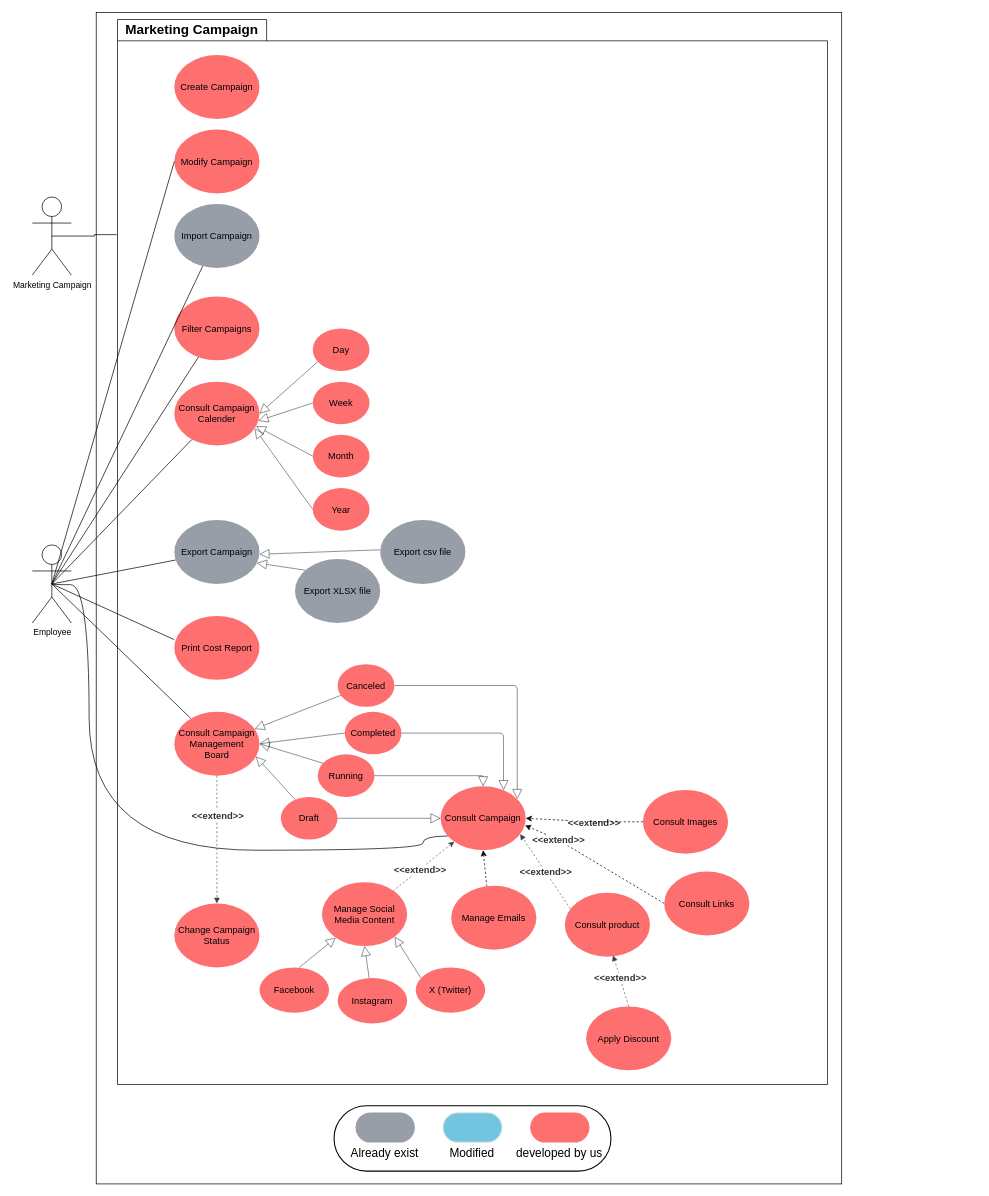
Before: Untitled Diagram.drawio in oarouay/CV, a draw.io diagram. Source tidied: cells renumbered, new cells numbered last; positions are measured from the earlier drawing's top-left corner, leaving out a move shared by most shapes. Both pictures are drawn from the tidied source at 71%, with x=0, y=0 at pixel (32, 12). Pictures stored in the file or linked from it are replaced by grey dashed boxes.
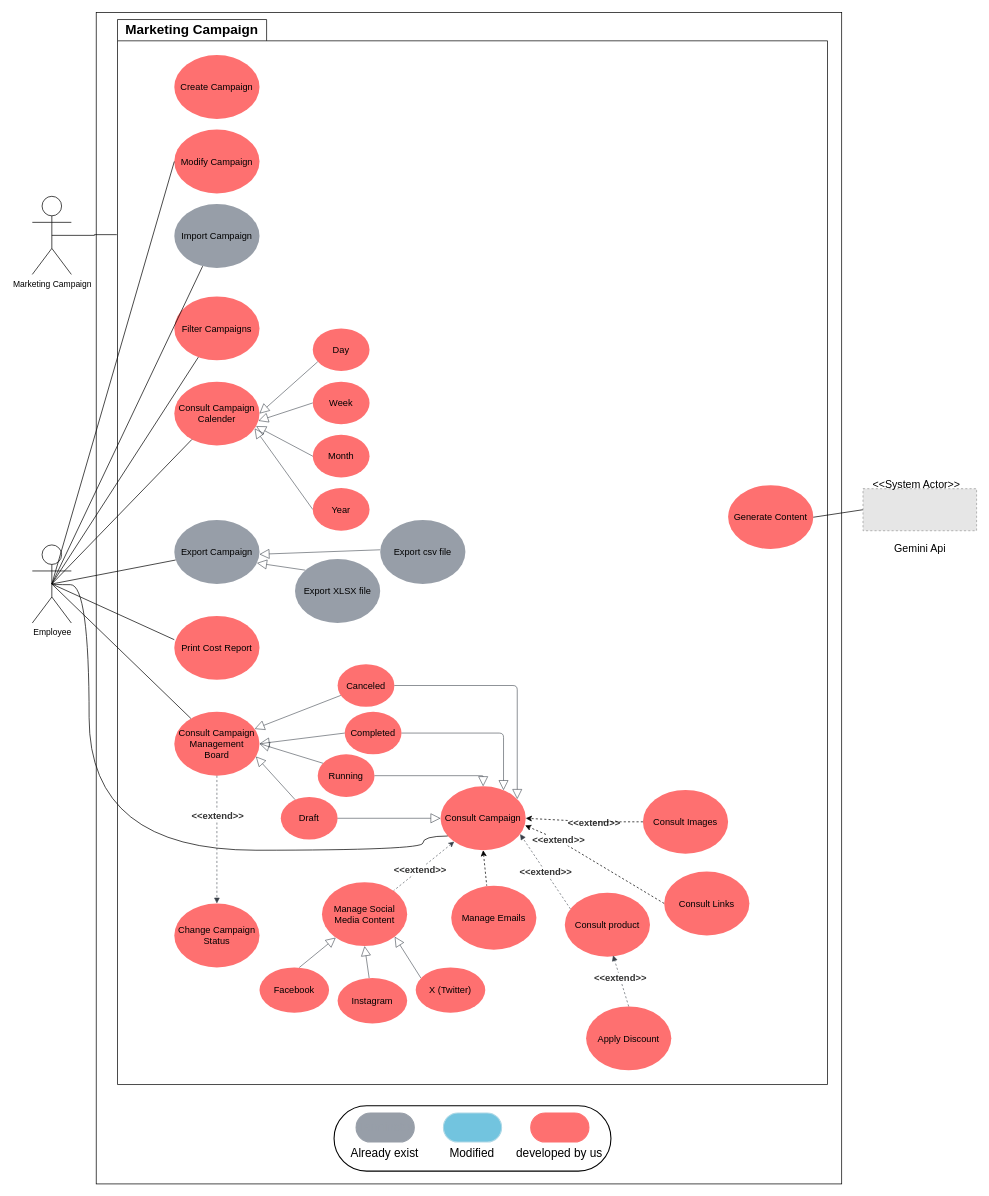
Above is the later version.

Change to the diagram source:
```diff
@@
     <mxCell id="45" value="Marketing Campaign" style="shape=umlActor;verticalLabelPosition=bottom;verticalAlign=top;html=1;outlineConnect=0;" parent="1" vertex="1">
-      <mxGeometry y="260" width="55" height="110" as="geometry" />
+      <mxGeometry y="259" width="55" height="110" as="geometry" />
     </mxCell>
@@
+    <mxCell id="84" value="Generate Content" style="html=1;overflow=block;blockSpacing=1;whiteSpace=wrap;ellipse;fontSize=13;spacing=3.8;strokeOpacity=0;fillOpacity=100;rounded=1;absoluteArcSize=1;arcSize=9;fillColor=#fe7070;strokeWidth=1.5;lucidId=~xIeha3OeAVz;" parent="1" vertex="1">
+      <mxGeometry x="980" y="665.8" width="120" height="90" as="geometry" />
+    </mxCell>
+    <mxCell id="85" style="rounded=0;jettySize=auto;html=1;exitX=0;exitY=0.5;exitDx=0;exitDy=0;entryX=1;entryY=0.5;entryDx=0;entryDy=0;endArrow=none;startFill=0;" parent="1" edge="1" source="86">
+      <mxGeometry relative="1" as="geometry">
+        <mxPoint x="1100" y="711" as="targetPoint" />
+      </mxGeometry>
+    </mxCell>
+    <mxCell id="86" style="fillColor=#E6E6E6;strokeColor=#999999;dashed=1;verticalLabelPosition=bottom;labelBackgroundColor=default;verticalAlign=top;" parent="1" vertex="1">
+      <mxGeometry x="1170" y="670.8" width="160" height="59.2" as="geometry" />
+    </mxCell>
+    <mxCell id="87" value="&lt;font style=&quot;font-size: 15px;&quot;&gt;Gemini Api&lt;/font&gt;" style="text;html=1;align=center;verticalAlign=middle;strokeColor=none;fillColor=none;" parent="1" vertex="1">
+      <mxGeometry x="1200" y="740" width="100" height="30" as="geometry" />
+    </mxCell>
+    <mxCell id="88" value="&lt;span style=&quot;font-size: 15px;&quot;&gt;&amp;lt;&amp;lt;System Actor&amp;gt;&amp;gt;&lt;/span&gt;" style="text;html=1;align=center;verticalAlign=middle;strokeColor=none;fillColor=none;" parent="1" vertex="1">
+      <mxGeometry x="1170" y="650" width="150" height="30" as="geometry" />
+    </mxCell>
```
